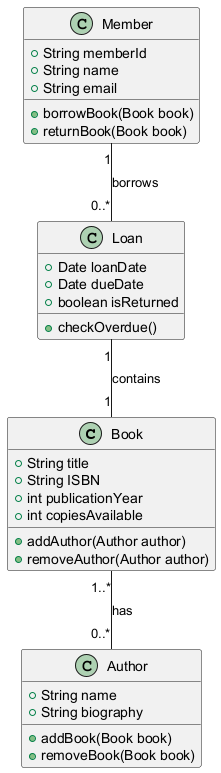
Wu-Zhaoyu/CS747_images keeps this PlantUML diagram as CS747_images/uml_1.png. Above is the earlier version. Its diagram source:
```plantuml
@startuml
class Book {
    +String title
    +String ISBN
    +int publicationYear
    +int copiesAvailable
    +addAuthor(Author author)
    +removeAuthor(Author author)
}

class Author {
    +String name
    +String biography
    +addBook(Book book)
    +removeBook(Book book)
}

class Member {
    +String memberId
    +String name
    +String email
    +borrowBook(Book book)
    +returnBook(Book book)
}

class Loan {
    +Date loanDate
    +Date dueDate
    +boolean isReturned
    +checkOverdue()
}

Book "1..*" -- "0..*" Author : has
Member "1" -- "0..*" Loan : borrows
Loan "1" -- "1" Book : contains
@enduml
```
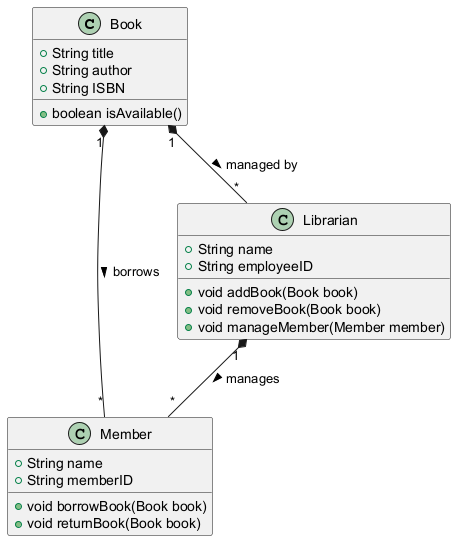
After the commit.

Change to the diagram source:
```diff
@@ -1,36 +1,27 @@
 @startuml
 class Book {
     +String title
+    +String author
     +String ISBN
-    +int publicationYear
-    +int copiesAvailable
-    +addAuthor(Author author)
-    +removeAuthor(Author author)
-}
-
-class Author {
-    +String name
-    +String biography
-    +addBook(Book book)
-    +removeBook(Book book)
+    +boolean isAvailable()
 }
 
 class Member {
-    +String memberId
     +String name
-    +String email
-    +borrowBook(Book book)
-    +returnBook(Book book)
+    +String memberID
+    +void borrowBook(Book book)
+    +void returnBook(Book book)
 }
 
-class Loan {
-    +Date loanDate
-    +Date dueDate
-    +boolean isReturned
-    +checkOverdue()
+class Librarian {
+    +String name
+    +String employeeID
+    +void addBook(Book book)
+    +void removeBook(Book book)
+    +void manageMember(Member member)
 }
 
-Book "1..*" -- "0..*" Author : has
-Member "1" -- "0..*" Loan : borrows
-Loan "1" -- "1" Book : contains
+Book "1" *-- "*" Member : borrows >
+Book "1" *-- "*" Librarian : managed by >
+Librarian "1" *-- "*" Member : manages >
 @enduml
```
